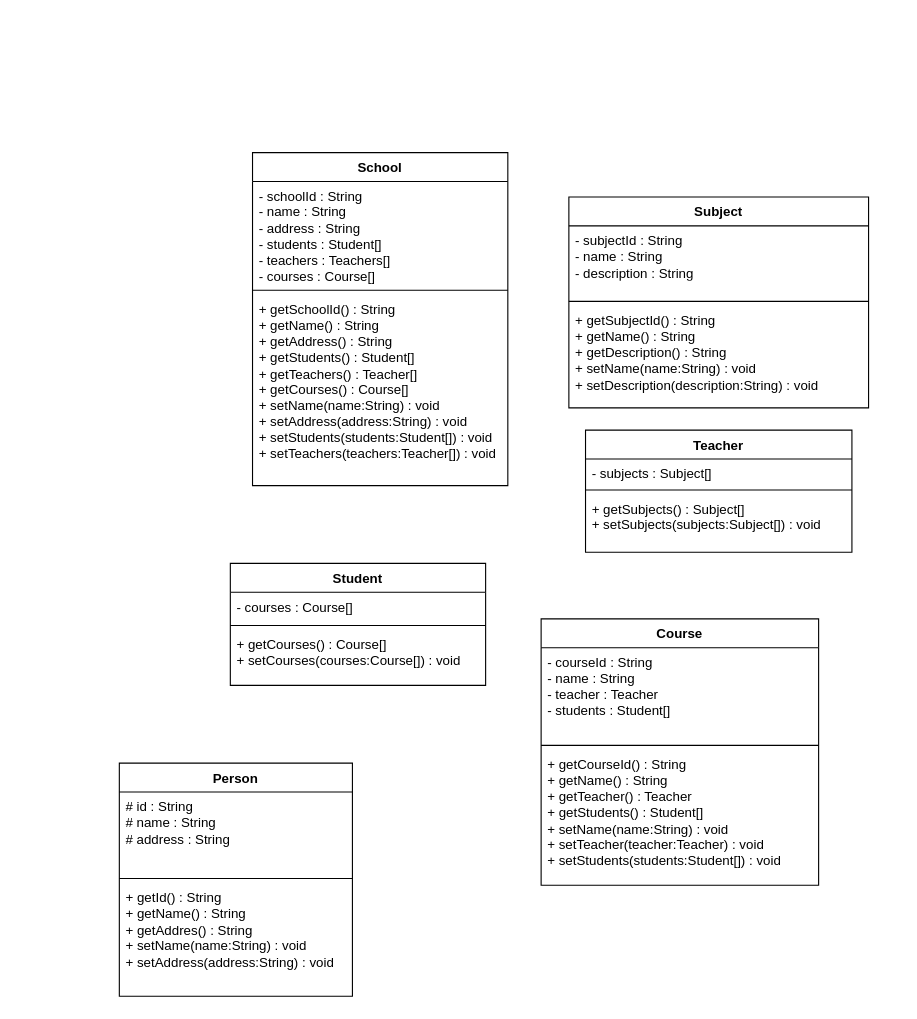
Above: Diagramme sans nom.drawio in CelianDucatillon/ddd-sample-ts (draw.io), before the change. Source tidied: cells renumbered, new cells numbered last; positions are measured from the earlier drawing's top-left corner, leaving out a move shared by most shapes. Both pictures are drawn from the tidied source at 111%, with x=0, y=0 at pixel (119, 152).
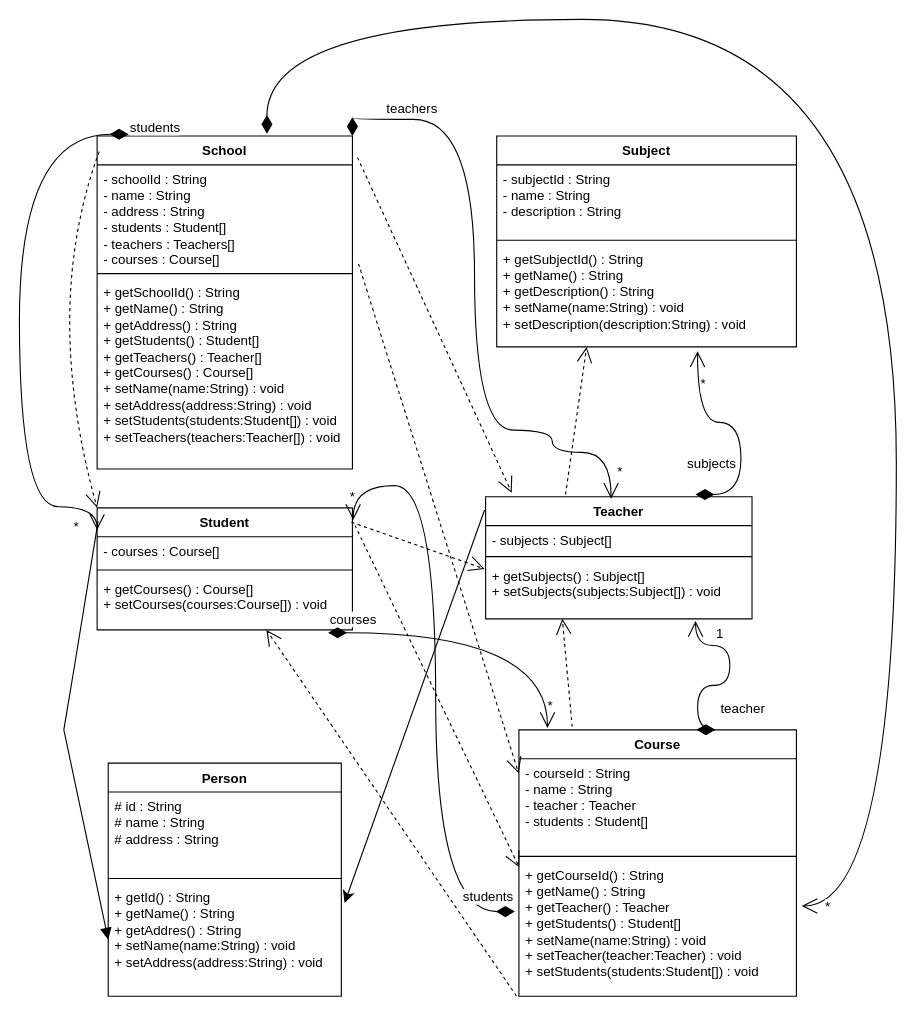
The same diagram, later.

Commit message (it also covers changes not shown here):
Mettre à jour Diagramme sans nom.drawio

Unchanged cells that the change refers to:
```xml
<mxCell id="3" value="- schoolId : String&lt;div&gt;- name : String&lt;/div&gt;&lt;div&gt;- address : String&lt;/div&gt;&lt;div&gt;- students : Student[]&lt;/div&gt;&lt;div&gt;- teachers : Teachers[]&lt;/div&gt;&lt;div&gt;- courses : Course[]&lt;/div&gt;" style="text;strokeColor=none;fillColor=none;align=left;verticalAlign=top;spacingLeft=4;spacingRight=4;overflow=hidden;points=[[0,0.5],[1,0.5]];portConstraint=eastwest;whiteSpace=wrap;html=1;" parent="2" vertex="1">
  <mxGeometry y="26" width="230" height="94" as="geometry" />
</mxCell>
<mxCell id="9" value="+ getCourses() : Course[]&lt;div&gt;+ setCourses(courses:Course[]) : void&lt;/div&gt;" style="text;strokeColor=none;fillColor=none;align=left;verticalAlign=top;spacingLeft=4;spacingRight=4;overflow=hidden;points=[[0,0.5],[1,0.5]];portConstraint=eastwest;whiteSpace=wrap;html=1;" parent="6" vertex="1">
  <mxGeometry y="60" width="230" height="50" as="geometry" />
</mxCell>
<mxCell id="11" value="- courseId : String&lt;div&gt;- name : String&lt;/div&gt;&lt;div&gt;- teacher : Teacher&lt;/div&gt;&lt;div&gt;- students : Student[]&lt;/div&gt;" style="text;strokeColor=none;fillColor=none;align=left;verticalAlign=top;spacingLeft=4;spacingRight=4;overflow=hidden;points=[[0,0.5],[1,0.5]];portConstraint=eastwest;whiteSpace=wrap;html=1;" parent="10" vertex="1">
  <mxGeometry y="26" width="250" height="84" as="geometry" />
</mxCell>
<mxCell id="13" value="+ getCourseId() : String&lt;div&gt;+ getName() : String&lt;/div&gt;&lt;div&gt;+ getTeacher() : Teacher&lt;/div&gt;&lt;div&gt;+ getStudents() : Student[]&lt;/div&gt;&lt;div&gt;+ setName(name:String) : void&lt;/div&gt;&lt;div&gt;+ setTeacher(teacher:Teacher) : void&lt;/div&gt;&lt;div&gt;+ setStudents(students:Student[]) : void&lt;/div&gt;" style="text;strokeColor=none;fillColor=none;align=left;verticalAlign=top;spacingLeft=4;spacingRight=4;overflow=hidden;points=[[0,0.5],[1,0.5]];portConstraint=eastwest;whiteSpace=wrap;html=1;" parent="10" vertex="1">
  <mxGeometry y="118" width="250" height="122" as="geometry" />
</mxCell>
<mxCell id="17" value="+ getSubjects() : Subject[]&lt;div&gt;+ setSubjects(subjects:Subject[]) : void&lt;/div&gt;" style="text;strokeColor=none;fillColor=none;align=left;verticalAlign=top;spacingLeft=4;spacingRight=4;overflow=hidden;points=[[0,0.5],[1,0.5]];portConstraint=eastwest;whiteSpace=wrap;html=1;" parent="14" vertex="1">
  <mxGeometry y="58" width="240" height="52" as="geometry" />
</mxCell>
<mxCell id="21" value="+ getSubjectId() : String&lt;div&gt;+ getName() : String&lt;/div&gt;&lt;div&gt;+ getDescription() : String&lt;/div&gt;&lt;div&gt;+ setName(name:String) : void&lt;/div&gt;&lt;div&gt;+ setDescription(description:String) : void&lt;/div&gt;" style="text;strokeColor=none;fillColor=none;align=left;verticalAlign=top;spacingLeft=4;spacingRight=4;overflow=hidden;points=[[0,0.5],[1,0.5]];portConstraint=eastwest;whiteSpace=wrap;html=1;" parent="18" vertex="1">
  <mxGeometry y="98" width="270" height="92" as="geometry" />
</mxCell>
<mxCell id="25" value="+ getId() : String&lt;div&gt;+ getName() : String&lt;/div&gt;&lt;div&gt;+ getAddres() : String&lt;/div&gt;&lt;div&gt;+ setName(name:String) : void&lt;/div&gt;&lt;div&gt;+ setAddress(address:String) : void&lt;/div&gt;" style="text;strokeColor=none;fillColor=none;align=left;verticalAlign=top;spacingLeft=4;spacingRight=4;overflow=hidden;points=[[0,0.5],[1,0.5]];portConstraint=eastwest;whiteSpace=wrap;html=1;" parent="22" vertex="1">
  <mxGeometry y="108" width="210" height="102" as="geometry" />
</mxCell>
```

Change to the diagram source:
```diff
@@
     <mxCell id="2" value="School" style="swimlane;fontStyle=1;align=center;verticalAlign=top;horizontal=1;startSize=26;whiteSpace=wrap;html=1;" parent="1" vertex="1">
-      <mxGeometry x="120" width="230" height="300" as="geometry" />
+      <mxGeometry x="-20" y="-15" width="230" height="300" as="geometry" />
     </mxCell>
@@
     <mxCell id="6" value="Student" style="swimlane;fontStyle=1;align=center;verticalAlign=top;horizontal=1;startSize=26;whiteSpace=wrap;html=1;" parent="1" vertex="1">
-      <mxGeometry x="100" y="370" width="230" height="110" as="geometry" />
+      <mxGeometry x="-20" y="320" width="230" height="110" as="geometry" />
     </mxCell>
@@
     <mxCell id="10" value="Course" style="swimlane;fontStyle=1;align=center;verticalAlign=top;horizontal=1;startSize=26;whiteSpace=wrap;html=1;" parent="1" vertex="1">
-      <mxGeometry x="380" y="420" width="250" height="240" as="geometry" />
+      <mxGeometry x="360" y="520" width="250" height="240" as="geometry" />
     </mxCell>
@@
     <mxCell id="14" value="Teacher" style="swimlane;fontStyle=1;align=center;verticalAlign=top;horizontal=1;startSize=26;whiteSpace=wrap;html=1;" parent="1" vertex="1">
-      <mxGeometry x="420" y="250" width="240" height="110" as="geometry" />
+      <mxGeometry x="330" y="310" width="240" height="110" as="geometry" />
     </mxCell>
@@
     <mxCell id="18" value="Subject" style="swimlane;fontStyle=1;align=center;verticalAlign=top;horizontal=1;startSize=26;whiteSpace=wrap;html=1;" parent="1" vertex="1">
-      <mxGeometry x="405" y="40" width="270" height="190" as="geometry" />
+      <mxGeometry x="340" y="-15" width="270" height="190" as="geometry" />
     </mxCell>
@@
+    <mxCell id="26" style="edgeStyle=none;curved=1;rounded=0;orthogonalLoop=1;jettySize=auto;html=1;fontSize=12;startSize=8;endSize=8;entryX=0.5;entryY=0;entryDx=0;entryDy=0;exitX=0.5;exitY=0;exitDx=0;exitDy=0;" parent="1" edge="1" source="22" target="22">
+      <mxGeometry relative="1" as="geometry" />
+    </mxCell>
     <mxCell id="22" value="Person" style="swimlane;fontStyle=1;align=center;verticalAlign=top;horizontal=1;startSize=26;whiteSpace=wrap;html=1;" parent="1" vertex="1">
-      <mxGeometry y="550" width="210" height="210" as="geometry" />
+      <mxGeometry x="-10" y="550" width="210" height="210" as="geometry" />
     </mxCell>
@@
+    <mxCell id="27" style="html=1;verticalAlign=bottom;endArrow=block;curved=0;rounded=0;fontSize=12;startSize=8;endSize=8;entryX=0;entryY=0.5;entryDx=0;entryDy=0;exitX=0.004;exitY=0.109;exitDx=0;exitDy=0;exitPerimeter=0;" parent="1" edge="1" source="6" target="25">
+      <mxGeometry relative="1" as="geometry">
+        <Array as="points">
+          <mxPoint x="-40" y="460" />
+          <mxPoint x="-50" y="520" />
+        </Array>
+      </mxGeometry>
+    </mxCell>
+    <mxCell id="28" style="edgeStyle=none;curved=1;rounded=0;jettySize=auto;html=1;exitX=-0.004;exitY=0.109;exitDx=0;exitDy=0;entryX=1.014;entryY=0.176;entryDx=0;entryDy=0;fontSize=12;startSize=8;endSize=8;entryPerimeter=0;exitPerimeter=0;" parent="1" edge="1" source="14" target="25">
+      <mxGeometry relative="1" as="geometry" />
+    </mxCell>
+    <mxCell id="29" style="endArrow=open;endSize=12;dashed=1;html=1;rounded=0;fontSize=12;curved=1;entryX=0.3;entryY=1;entryDx=0;entryDy=0;entryPerimeter=0;exitX=0.3;exitY=-0.018;exitDx=0;exitDy=0;exitPerimeter=0;" parent="1" edge="1" source="14" target="21">
+      <mxGeometry relative="1" as="geometry" />
+    </mxCell>
+    <mxCell id="30" value="subjects" style="endArrow=open;html=1;endSize=12;startArrow=diamondThin;startSize=14;startFill=1;edgeStyle=orthogonalEdgeStyle;align=left;verticalAlign=bottom;rounded=0;fontSize=12;curved=1;entryX=0.67;entryY=1.043;entryDx=0;entryDy=0;entryPerimeter=0;exitX=0.788;exitY=-0.018;exitDx=0;exitDy=0;exitPerimeter=0;" parent="1" edge="1" source="14" target="21">
+      <mxGeometry x="-1" y="20" relative="1" as="geometry">
+        <Array as="points">
+          <mxPoint x="560" y="308" />
+          <mxPoint x="560" y="243" />
+          <mxPoint x="521" y="243" />
+        </Array>
+        <mxPoint x="-9" y="2" as="offset" />
+      </mxGeometry>
+    </mxCell>
+    <mxCell id="31" value="*" style="edgeLabel;html=1;align=center;verticalAlign=middle;fontSize=12;" parent="30" vertex="1">
+      <mxGeometry x="0.71" y="-5" relative="1" as="geometry" />
+    </mxCell>
+    <mxCell id="32" style="endArrow=open;endSize=12;dashed=1;html=1;rounded=0;fontSize=12;curved=1;entryX=0.288;entryY=1;entryDx=0;entryDy=0;entryPerimeter=0;exitX=0.192;exitY=-0.012;exitDx=0;exitDy=0;exitPerimeter=0;" parent="1" edge="1" source="10" target="17">
+      <mxGeometry relative="1" as="geometry" />
+    </mxCell>
+    <mxCell id="33" style="endArrow=open;endSize=12;dashed=1;html=1;rounded=0;fontSize=12;curved=1;exitX=0.996;exitY=0.118;exitDx=0;exitDy=0;exitPerimeter=0;entryX=-0.004;entryY=0.135;entryDx=0;entryDy=0;entryPerimeter=0;" parent="1" edge="1" source="6" target="17">
+      <mxGeometry relative="1" as="geometry" />
+    </mxCell>
+    <mxCell id="34" value="teacher" style="endArrow=open;html=1;endSize=12;startArrow=diamondThin;startSize=14;startFill=1;edgeStyle=orthogonalEdgeStyle;align=left;verticalAlign=bottom;rounded=0;fontSize=12;curved=1;entryX=0.788;entryY=1.038;entryDx=0;entryDy=0;entryPerimeter=0;" parent="1" edge="1" target="17">
+      <mxGeometry x="-0.86" y="-19" relative="1" as="geometry">
+        <mxPoint x="520" y="520" as="sourcePoint" />
+        <Array as="points">
+          <mxPoint x="521" y="520" />
+          <mxPoint x="521" y="480" />
+          <mxPoint x="550" y="480" />
+          <mxPoint x="550" y="444" />
+          <mxPoint x="519" y="444" />
+        </Array>
+      </mxGeometry>
+    </mxCell>
+    <mxCell id="35" value="1" style="edgeLabel;html=1;align=center;verticalAlign=middle;fontSize=12;" parent="34" vertex="1">
+      <mxGeometry x="0.85" y="-1" relative="1" as="geometry">
+        <mxPoint x="20" as="offset" />
+      </mxGeometry>
+    </mxCell>
+    <mxCell id="36" style="endArrow=open;endSize=12;dashed=1;html=1;rounded=0;fontSize=12;curved=1;exitX=1.01;exitY=0.144;exitDx=0;exitDy=0;exitPerimeter=0;entryX=0.001;entryY=0.048;entryDx=0;entryDy=0;entryPerimeter=0;" parent="1" edge="1" source="6" target="13">
+      <mxGeometry relative="1" as="geometry" />
+    </mxCell>
+    <mxCell id="37" value="students" style="endArrow=open;html=1;endSize=12;startArrow=diamondThin;startSize=14;startFill=1;edgeStyle=orthogonalEdgeStyle;align=left;verticalAlign=bottom;rounded=0;fontSize=12;curved=1;exitX=-0.015;exitY=0.375;exitDx=0;exitDy=0;exitPerimeter=0;entryX=1.003;entryY=0.1;entryDx=0;entryDy=0;entryPerimeter=0;" parent="1" edge="1" source="13" target="6">
+      <mxGeometry x="-0.83" y="-4" relative="1" as="geometry">
+        <Array as="points">
+          <mxPoint x="285" y="684" />
+          <mxPoint x="285" y="300" />
+          <mxPoint x="211" y="300" />
+        </Array>
+      </mxGeometry>
+    </mxCell>
+    <mxCell id="38" value="*" style="edgeLabel;html=1;align=center;verticalAlign=middle;fontSize=12;" parent="37" vertex="1">
+      <mxGeometry x="0.96" y="4" relative="1" as="geometry">
+        <mxPoint x="-5" y="-10" as="offset" />
+      </mxGeometry>
+    </mxCell>
+    <mxCell id="39" style="endArrow=open;endSize=12;dashed=1;html=1;rounded=0;fontSize=12;curved=1;exitX=-0.009;exitY=0.998;exitDx=0;exitDy=0;exitPerimeter=0;" parent="1" edge="1" source="13" target="6">
+      <mxGeometry relative="1" as="geometry" />
+    </mxCell>
+    <mxCell id="40" value="courses" style="endArrow=open;html=1;endSize=12;startArrow=diamondThin;startSize=14;startFill=1;edgeStyle=orthogonalEdgeStyle;align=left;verticalAlign=bottom;rounded=0;fontSize=12;curved=1;exitX=0.905;exitY=1.052;exitDx=0;exitDy=0;exitPerimeter=0;entryX=0.103;entryY=-0.007;entryDx=0;entryDy=0;entryPerimeter=0;" parent="1" edge="1" source="9" target="10">
+      <mxGeometry x="-1" y="3" relative="1" as="geometry" />
+    </mxCell>
+    <mxCell id="41" value="*" style="edgeLabel;html=1;align=center;verticalAlign=middle;fontSize=12;" parent="40" vertex="1">
+      <mxGeometry x="0.86" y="2" relative="1" as="geometry" />
+    </mxCell>
+    <mxCell id="42" style="endArrow=open;html=1;endSize=12;startArrow=diamondThin;startSize=14;startFill=1;edgeStyle=orthogonalEdgeStyle;align=left;verticalAlign=bottom;rounded=0;fontSize=12;curved=1;entryX=1.019;entryY=0.334;entryDx=0;entryDy=0;entryPerimeter=0;" parent="1" edge="1" target="13">
+      <mxGeometry x="-0.98" y="-17" relative="1" as="geometry">
+        <mxPoint x="133" y="-17" as="sourcePoint" />
+        <Array as="points">
+          <mxPoint x="133" y="-120" />
+          <mxPoint x="700" y="-120" />
+          <mxPoint x="700" y="679" />
+        </Array>
+      </mxGeometry>
+    </mxCell>
+    <mxCell id="43" value="*" style="edgeLabel;html=1;align=center;verticalAlign=middle;fontSize=12;" parent="42" vertex="1">
+      <mxGeometry x="0.97" y="-8" relative="1" as="geometry">
+        <mxPoint y="9" as="offset" />
+      </mxGeometry>
+    </mxCell>
+    <mxCell id="44" style="endArrow=open;endSize=12;dashed=1;html=1;rounded=0;fontSize=12;curved=1;exitX=1.02;exitY=0.065;exitDx=0;exitDy=0;exitPerimeter=0;entryX=0.098;entryY=-0.032;entryDx=0;entryDy=0;entryPerimeter=0;" parent="1" edge="1" source="2" target="14">
+      <mxGeometry relative="1" as="geometry" />
+    </mxCell>
+    <mxCell id="45" value="teachers" style="endArrow=open;html=1;endSize=12;startArrow=diamondThin;startSize=14;startFill=1;edgeStyle=orthogonalEdgeStyle;align=left;verticalAlign=bottom;rounded=0;fontSize=12;curved=1;exitX=1;exitY=0;exitDx=0;exitDy=0;entryX=0.471;entryY=0.016;entryDx=0;entryDy=0;entryPerimeter=0;" parent="1" edge="1" source="2" target="14">
+      <mxGeometry x="-0.85" relative="1" as="geometry">
+        <Array as="points">
+          <mxPoint x="210" y="-30" />
+          <mxPoint x="320" y="-30" />
+          <mxPoint x="320" y="250" />
+          <mxPoint x="390" y="250" />
+          <mxPoint x="390" y="270" />
+          <mxPoint x="443" y="270" />
+        </Array>
+      </mxGeometry>
+    </mxCell>
+    <mxCell id="46" value="*" style="edgeLabel;html=1;align=center;verticalAlign=middle;fontSize=12;" parent="45" vertex="1">
+      <mxGeometry x="0.94" y="-3" relative="1" as="geometry">
+        <mxPoint x="10" y="-7" as="offset" />
+      </mxGeometry>
+    </mxCell>
+    <mxCell id="47" style="endArrow=open;endSize=12;dashed=1;html=1;rounded=0;fontSize=12;curved=1;exitX=1.024;exitY=0.949;exitDx=0;exitDy=0;exitPerimeter=0;entryX=-0.001;entryY=0.157;entryDx=0;entryDy=0;entryPerimeter=0;" parent="1" edge="1" source="3" target="11">
+      <mxGeometry relative="1" as="geometry" />
+    </mxCell>
+    <mxCell id="48" style="endArrow=open;endSize=12;dashed=1;html=1;rounded=0;fontSize=12;curved=1;exitX=0.008;exitY=0.047;exitDx=0;exitDy=0;exitPerimeter=0;entryX=0;entryY=0;entryDx=0;entryDy=0;" parent="1" edge="1" source="2" target="6">
+      <mxGeometry relative="1" as="geometry">
+        <Array as="points">
+          <mxPoint x="-70" y="140" />
+        </Array>
+      </mxGeometry>
+    </mxCell>
+    <mxCell id="49" value="students" style="endArrow=open;html=1;endSize=12;startArrow=diamondThin;startSize=14;startFill=1;edgeStyle=orthogonalEdgeStyle;align=left;verticalAlign=bottom;rounded=0;fontSize=12;curved=1;exitX=0.123;exitY=-0.005;exitDx=0;exitDy=0;exitPerimeter=0;" parent="1" edge="1" source="2">
+      <mxGeometry x="-1" y="3" relative="1" as="geometry">
+        <mxPoint x="-20" y="340" as="targetPoint" />
+        <Array as="points">
+          <mxPoint x="-90" y="-17" />
+          <mxPoint x="-90" y="319" />
+        </Array>
+      </mxGeometry>
+    </mxCell>
+    <mxCell id="50" value="*" style="edgeLabel;html=1;align=center;verticalAlign=middle;fontSize=12;" parent="49" vertex="1">
+      <mxGeometry x="0.87" y="-5" relative="1" as="geometry">
+        <mxPoint x="-7" y="12" as="offset" />
+      </mxGeometry>
+    </mxCell>
```
